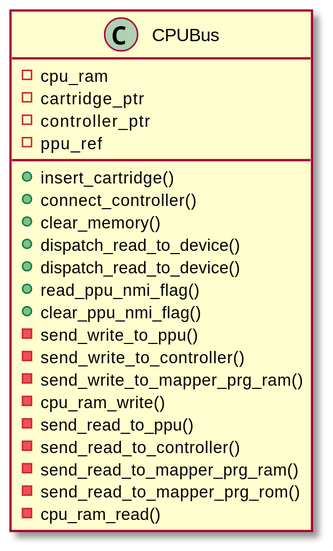
This is doc/cpu_bus/cpu_bus.svg from Enigma717/yume-nes, a PlantUML export, as it was before one commit.
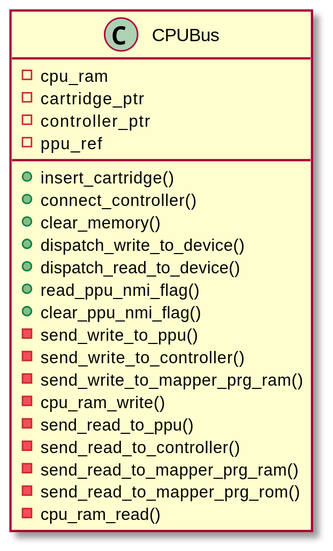
After the commit.

The edit, as a diff of the source:
```diff
@@ -11,7 +11,7 @@
 + insert_cartridge()
 + connect_controller()
 + clear_memory()
-+ dispatch_read_to_device()
++ dispatch_write_to_device()
 + dispatch_read_to_device()
 + read_ppu_nmi_flag()
 + clear_ppu_nmi_flag()
```
